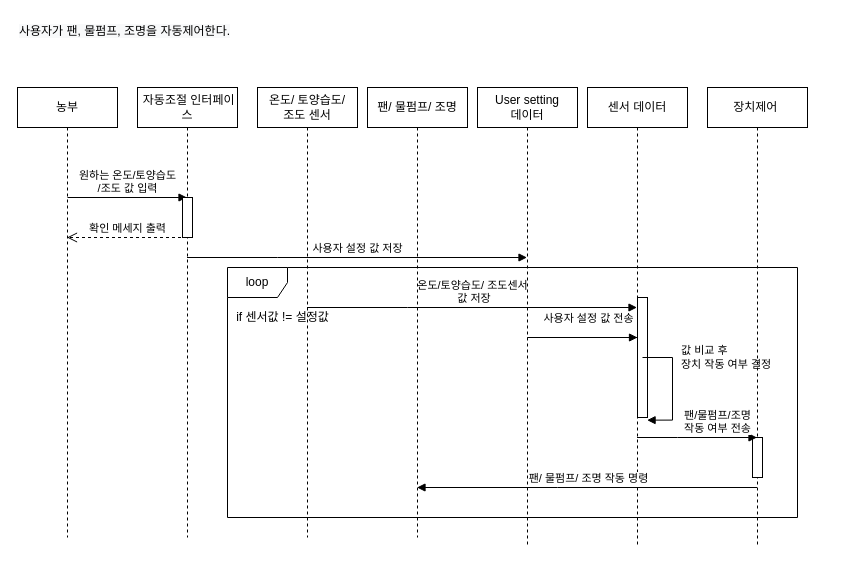
Before: 5주차/auto_sqd.drawio in sonmyungwon/Software-Development, a draw.io diagram. Source tidied: cells renumbered, new cells numbered last; positions are measured from the earlier drawing's top-left corner, leaving out a move shared by most shapes. Both pictures are drawn from the tidied source at 100%, with x=0, y=0 at pixel (17, 17).
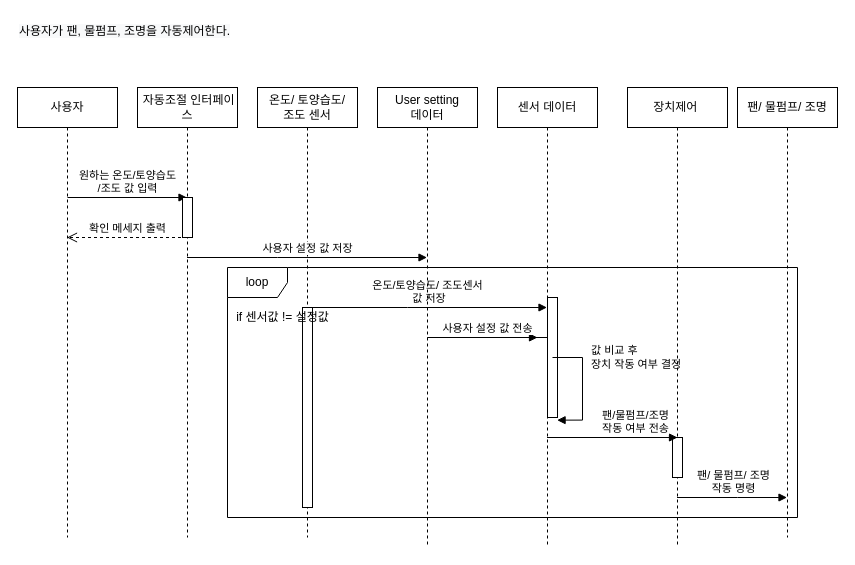
Above is the later version.

Unchanged cells that the change refers to:
```xml
<mxCell id="14" value="온도/ 토양습도/ &lt;br&gt;조도 센서" style="shape=umlLifeline;perimeter=lifelinePerimeter;whiteSpace=wrap;html=1;outlineConnect=0;" parent="1" vertex="1">
  <mxGeometry x="240" y="70" width="100" height="450" as="geometry" />
</mxCell>
```

The edit, as a diff of the source:
```diff
@@
-    <mxCell id="4" value="농부" style="shape=umlLifeline;perimeter=lifelinePerimeter;whiteSpace=wrap;html=1;outlineConnect=0;" parent="1" vertex="1">
+    <mxCell id="4" value="사용자" style="shape=umlLifeline;perimeter=lifelinePerimeter;whiteSpace=wrap;html=1;outlineConnect=0;" parent="1" vertex="1">
       <mxGeometry y="70" width="100" height="450" as="geometry" />
     </mxCell>
@@
     <mxCell id="9" value="센서 데이터" style="shape=umlLifeline;perimeter=lifelinePerimeter;whiteSpace=wrap;html=1;outlineConnect=0;" parent="1" vertex="1">
-      <mxGeometry x="570" y="70" width="100" height="460" as="geometry" />
+      <mxGeometry x="480" y="70" width="100" height="460" as="geometry" />
     </mxCell>
@@
     <mxCell id="12" value="장치제어&amp;nbsp;" style="shape=umlLifeline;perimeter=lifelinePerimeter;whiteSpace=wrap;html=1;outlineConnect=0;" parent="1" vertex="1">
-      <mxGeometry x="690" y="70" width="100" height="460" as="geometry" />
+      <mxGeometry x="610" y="70" width="100" height="460" as="geometry" />
     </mxCell>
@@
+    <mxCell id="23" style="html=1;perimeter=orthogonalPerimeter;" parent="14" vertex="1">
+      <mxGeometry x="45" y="220" width="10" height="200" as="geometry" />
+    </mxCell>
@@
     <mxCell id="19" value="사용자 설정 값 전송" style="html=1;verticalAlign=bottom;endArrow=block;rounded=0;" parent="1" edge="1" source="9">
-      <mxGeometry x="0.54" y="10" relative="1" as="geometry">
-        <mxPoint x="620" y="320" as="targetPoint" />
+      <mxGeometry x="0.56" relative="1" as="geometry">
+        <mxPoint x="520" y="320" as="targetPoint" />
         <Array as="points">
-          <mxPoint x="510" y="320" />
+          <mxPoint x="410" y="320" />
         </Array>
-        <mxPoint x="1" as="offset" />
       </mxGeometry>
     </mxCell>
-    <mxCell id="20" value="팬/ 물펌프/ 조명 작동 명령" style="html=1;verticalAlign=bottom;endArrow=block;rounded=0;" parent="1" edge="1" source="12" target="21">
+    <mxCell id="20" value="팬/ 물펌프/ 조명 &lt;br&gt;작동 명령" style="html=1;verticalAlign=bottom;endArrow=block;rounded=0;" parent="1" edge="1" source="12" target="21">
       <mxGeometry relative="1" as="geometry">
         <Array as="points">
-          <mxPoint x="540" y="470" />
+          <mxPoint x="720" y="480" />
         </Array>
         <mxPoint x="1" as="offset" />
       </mxGeometry>
     </mxCell>
     <mxCell id="21" value="팬/ 물펌프/ 조명" style="shape=umlLifeline;perimeter=lifelinePerimeter;whiteSpace=wrap;html=1;outlineConnect=0;" parent="1" vertex="1">
-      <mxGeometry x="350" y="70" width="100" height="450" as="geometry" />
+      <mxGeometry x="720" y="70" width="100" height="450" as="geometry" />
     </mxCell>
     <mxCell id="22" value="User setting &lt;br&gt;데이터" style="shape=umlLifeline;perimeter=lifelinePerimeter;whiteSpace=wrap;html=1;outlineConnect=0;" parent="1" vertex="1">
-      <mxGeometry x="460" y="70" width="100" height="460" as="geometry" />
+      <mxGeometry x="360" y="70" width="100" height="460" as="geometry" />
     </mxCell>
```
